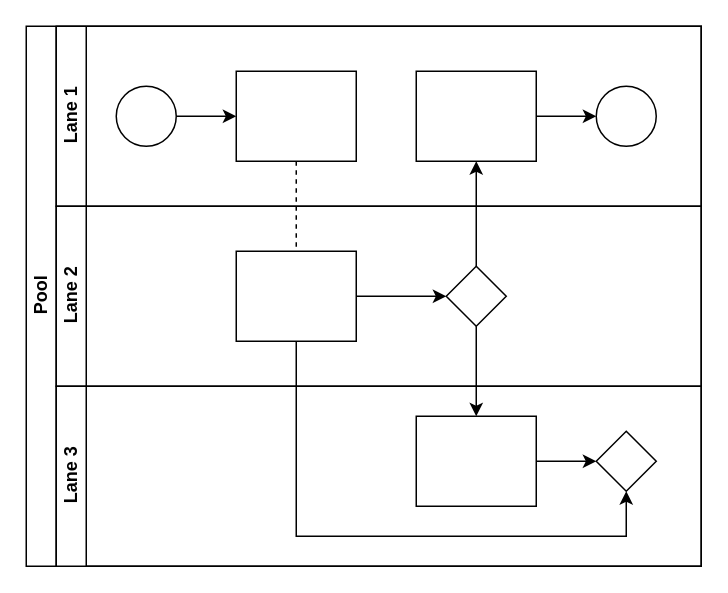
Above: Untitled Diagram.drawio in pjblackburn/pjblackburn (draw.io), before the change. Source tidied: cells renumbered, new cells numbered last; positions are measured from the earlier drawing's top-left corner, leaving out a move shared by most shapes. Both pictures are drawn from the tidied source at 150%, with x=0, y=0 at pixel (26, 26).
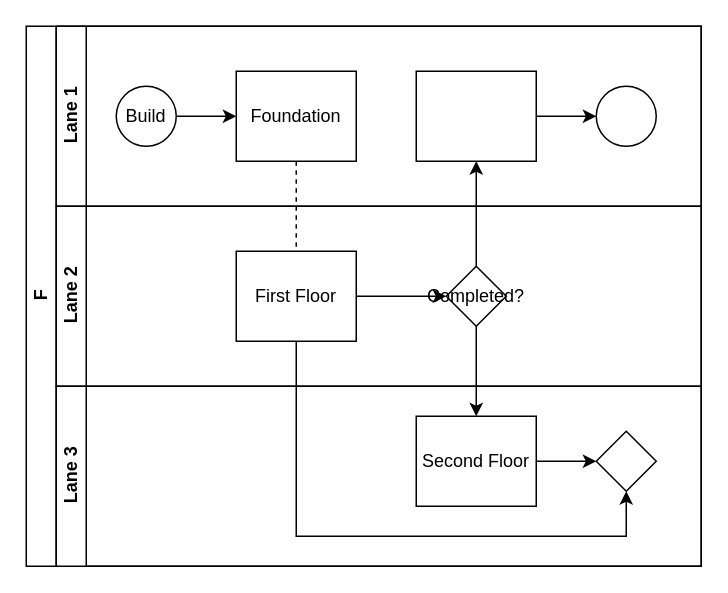
The same diagram, later.

The change refers to these unchanged cells:
```xml
<mxCell id="7" value="Lane 1" style="swimlane;html=1;startSize=20;horizontal=0;" parent="2" vertex="1">
  <mxGeometry x="20" width="430" height="120" as="geometry" />
</mxCell>
<mxCell id="14" value="Lane 2" style="swimlane;html=1;startSize=20;horizontal=0;" parent="2" vertex="1">
  <mxGeometry x="20" y="120" width="430" height="120" as="geometry" />
</mxCell>
<mxCell id="18" value="Lane 3" style="swimlane;html=1;startSize=20;horizontal=0;" parent="2" vertex="1">
  <mxGeometry x="20" y="240" width="430" height="120" as="geometry" />
</mxCell>
```

The edit, as a diff of the source:
```diff
@@
-    <mxCell id="2" value="Pool" style="swimlane;html=1;horizontal=0;startSize=20;" parent="1" vertex="1">
+    <mxCell id="2" value="F" style="swimlane;html=1;horizontal=0;startSize=20;" parent="1" vertex="1">
       <mxGeometry width="450" height="360" as="geometry" />
     </mxCell>
@@
-    <mxCell id="9" style="ellipse;whiteSpace=wrap;html=1;" parent="7" vertex="1">
+    <mxCell id="9" value="Build" style="ellipse;whiteSpace=wrap;html=1;" parent="7" vertex="1">
       <mxGeometry x="40" y="40" width="40" height="40" as="geometry" />
     </mxCell>
-    <mxCell id="10" style="rounded=0;whiteSpace=wrap;html=1;fontFamily=Helvetica;fontSize=12;fontColor=#000000;align=center;" parent="7" vertex="1">
+    <mxCell id="10" value="Foundation" style="rounded=0;whiteSpace=wrap;html=1;fontFamily=Helvetica;fontSize=12;fontColor=#000000;align=center;" parent="7" vertex="1">
       <mxGeometry x="120" y="30" width="80" height="60" as="geometry" />
     </mxCell>
@@
-    <mxCell id="16" style="rounded=0;whiteSpace=wrap;html=1;fontFamily=Helvetica;fontSize=12;fontColor=#000000;align=center;" parent="14" vertex="1">
+    <mxCell id="16" value="First Floor" style="rounded=0;whiteSpace=wrap;html=1;fontFamily=Helvetica;fontSize=12;fontColor=#000000;align=center;" parent="14" vertex="1">
       <mxGeometry x="120" y="30" width="80" height="60" as="geometry" />
     </mxCell>
-    <mxCell id="17" style="rhombus;whiteSpace=wrap;html=1;fontFamily=Helvetica;fontSize=12;fontColor=#000000;align=center;" parent="14" vertex="1">
+    <mxCell id="17" value="Completed?&lt;br&gt;" style="rhombus;whiteSpace=wrap;html=1;fontFamily=Helvetica;fontSize=12;fontColor=#000000;align=center;" parent="14" vertex="1">
       <mxGeometry x="260" y="40" width="40" height="40" as="geometry" />
     </mxCell>
@@
-    <mxCell id="20" style="rounded=0;whiteSpace=wrap;html=1;fontFamily=Helvetica;fontSize=12;fontColor=#000000;align=center;" parent="18" vertex="1">
+    <mxCell id="20" value="Second Floor" style="rounded=0;whiteSpace=wrap;html=1;fontFamily=Helvetica;fontSize=12;fontColor=#000000;align=center;" parent="18" vertex="1">
       <mxGeometry x="240" y="20" width="80" height="60" as="geometry" />
     </mxCell>
```
